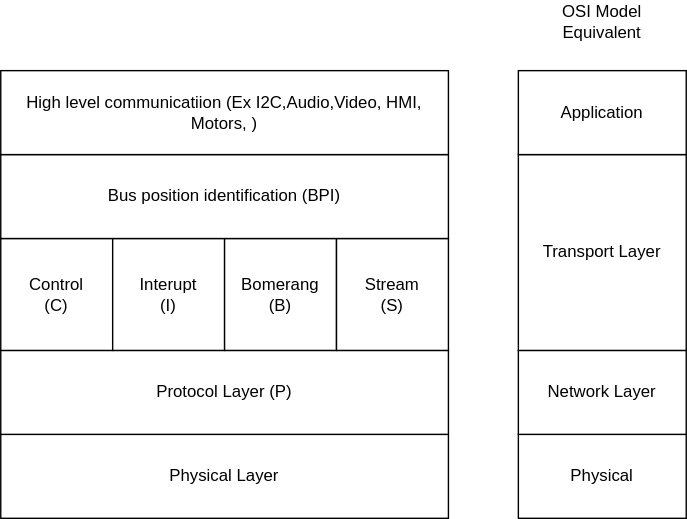
Above: Protocol_stack.svg in cdg66/BUS_figures (draw.io), before the change. Source tidied: cells renumbered, new cells last; positions are measured from the earlier drawing's top-left corner, leaving out a move shared by most shapes.
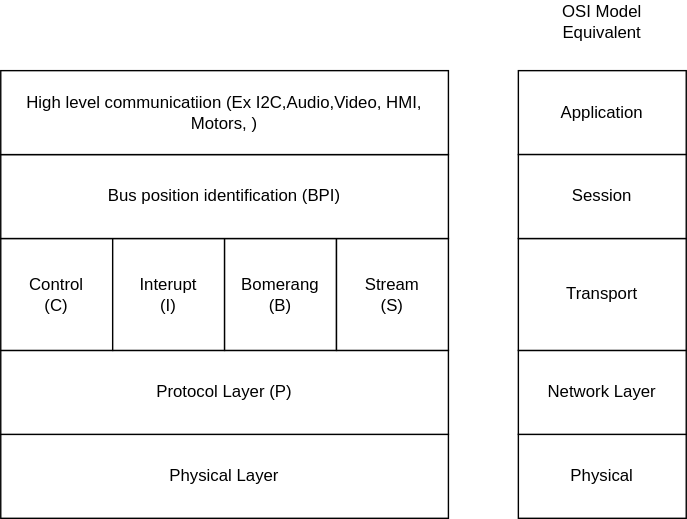
The same file after the commit.

The edit, as a diff of the source:
```diff
@@ -35,11 +35,14 @@
     <mxCell id="12" value="Network Layer" style="rounded=0;whiteSpace=wrap;html=1;" parent="1" vertex="1">
       <mxGeometry x="370" y="250" width="120" height="60" as="geometry" />
     </mxCell>
-    <mxCell id="13" value="Transport Layer" style="rounded=0;whiteSpace=wrap;html=1;" parent="1" vertex="1">
-      <mxGeometry x="370" y="110" width="120" height="140" as="geometry" />
+    <mxCell id="13" value="Transport" style="rounded=0;whiteSpace=wrap;html=1;" parent="1" vertex="1">
+      <mxGeometry x="370" y="170" width="120" height="80" as="geometry" />
     </mxCell>
     <mxCell id="14" value="Application" style="rounded=0;whiteSpace=wrap;html=1;" parent="1" vertex="1">
       <mxGeometry x="370" y="50" width="120" height="60" as="geometry" />
     </mxCell>
+    <mxCell id="15" value="Session" style="rounded=0;whiteSpace=wrap;html=1;" parent="1" vertex="1">
+      <mxGeometry x="370" y="110" width="120" height="60" as="geometry" />
+    </mxCell>
   </root>
 </mxGraphModel>
```
